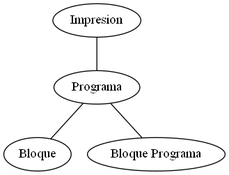
This is arbol.png from ignaciotorres31/compilador, a Graphviz export, as it was before one commit. Its source is kept beside it as arbol.dot.
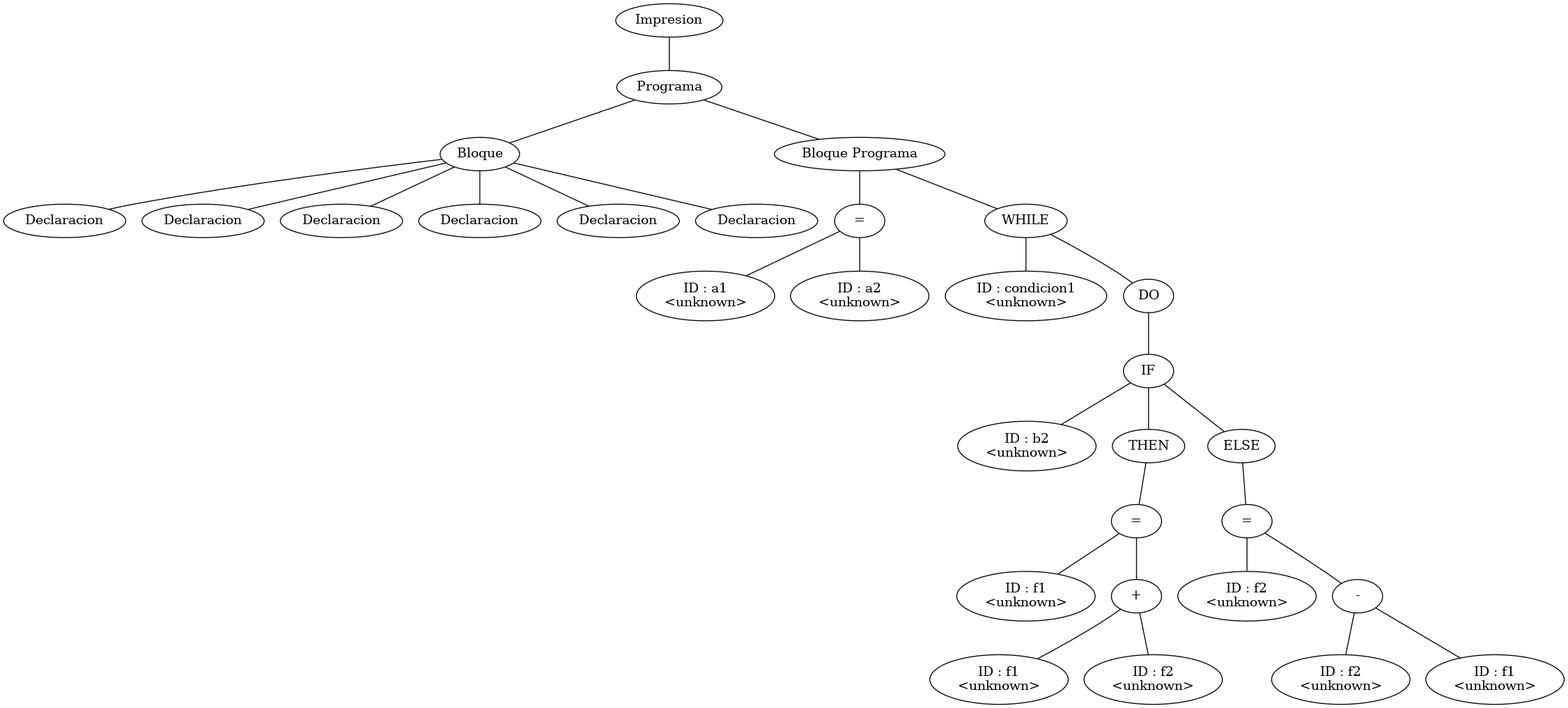
After the change.

The edit, as a diff of the source:
```diff
@@ -1,8 +1,60 @@
-graph G {nodo_2009405535[label="Impresion"]
-nodo_1697189132[label="Programa"]
-nodo_2009405535--nodo_1697189132
-nodo_407407121[label="Bloque"]
-nodo_1697189132--nodo_407407121
-nodo_1502621328[label="Bloque Programa"]
-nodo_1697189132--nodo_1502621328
+graph G {nodo_1487136162[label="Impresion"]
+nodo_1911651671[label="Programa"]
+nodo_1487136162--nodo_1911651671
+nodo_1496596897[label="Bloque"]
+nodo_1911651671--nodo_1496596897
+nodo_1708143484[label="Declaracion"]
+nodo_1496596897--nodo_1708143484
+nodo_1028850977[label="Declaracion"]
+nodo_1496596897--nodo_1028850977
+nodo_1202904089[label="Declaracion"]
+nodo_1496596897--nodo_1202904089
+nodo_1022407687[label="Declaracion"]
+nodo_1496596897--nodo_1022407687
+nodo_1491024694[label="Declaracion"]
+nodo_1496596897--nodo_1491024694
+nodo_2097174273[label="Declaracion"]
+nodo_1496596897--nodo_2097174273
+nodo_738401964[label="Bloque Programa"]
+nodo_1911651671--nodo_738401964
+nodo_359319463[label="="]
+nodo_738401964--nodo_359319463
+nodo_877480119[label="ID : a1\n<unknown>"]
+nodo_359319463--nodo_877480119
+nodo_1267378528[label="ID : a2\n<unknown>"]
+nodo_359319463--nodo_1267378528
+nodo_2135435459[label="WHILE"]
+nodo_738401964--nodo_2135435459
+nodo_1012698994[label="ID : condicion1\n<unknown>"]
+nodo_2135435459--nodo_1012698994
+nodo_1644851390[label="DO"]
+nodo_2135435459--nodo_1644851390
+nodo_2094339126[label="IF"]
+nodo_1644851390--nodo_2094339126
+nodo_1122313567[label="ID : b2\n<unknown>"]
+nodo_2094339126--nodo_1122313567
+nodo_437917038[label="THEN"]
+nodo_2094339126--nodo_437917038
+nodo_732170515[label="="]
+nodo_437917038--nodo_732170515
+nodo_2131021045[label="ID : f1\n<unknown>"]
+nodo_732170515--nodo_2131021045
+nodo_346083735[label="+"]
+nodo_732170515--nodo_346083735
+nodo_1583023880[label="ID : f1\n<unknown>"]
+nodo_346083735--nodo_1583023880
+nodo_1430024513[label="ID : f2\n<unknown>"]
+nodo_346083735--nodo_1430024513
+nodo_201747575[label="ELSE"]
+nodo_2094339126--nodo_201747575
+nodo_507000841[label="="]
+nodo_201747575--nodo_507000841
+nodo_417140609[label="ID : f2\n<unknown>"]
+nodo_507000841--nodo_417140609
+nodo_777896866[label="-"]
+nodo_507000841--nodo_777896866
+nodo_294090698[label="ID : f2\n<unknown>"]
+nodo_777896866--nodo_294090698
+nodo_1310780803[label="ID : f1\n<unknown>"]
+nodo_777896866--nodo_1310780803
 }
```
